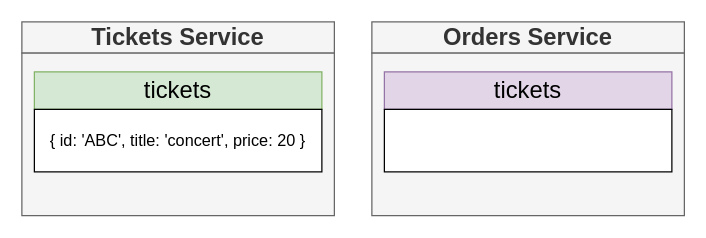
Earlier version of the draw.io diagram page "03 - id" (2 of 2) of diagrams/08/03.drawio (HappySuzuki/microservices-cast). Source tidied: cells renumbered, new cells numbered last; positions are measured from the earlier drawing's top-left corner, leaving out a move shared by most shapes. Both pictures are drawn from the tidied source at 125%, with x=0, y=0 at pixel (21, 21).
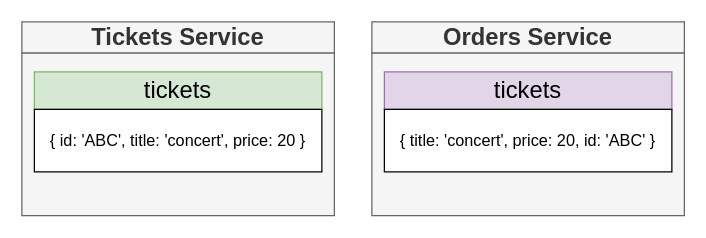
Above is the later version.

Change to the diagram source:
```diff
@@
 <mxGraphModel>
   <root>
     <mxCell id="0" />
     <mxCell id="1" parent="0" />
     <mxCell id="2" value="Tickets Service" style="rounded=0;whiteSpace=wrap;html=1;fontSize=19;fillColor=#f5f5f5;strokeColor=#666666;fontColor=#333333;fontStyle=1;" parent="1" vertex="1">
       <mxGeometry width="250" height="25" as="geometry" />
     </mxCell>
     <mxCell id="3" style="rounded=0;whiteSpace=wrap;html=1;fontSize=22;fillColor=#f5f5f5;strokeColor=#666666;fontColor=#333333;fontStyle=1;" parent="1" vertex="1">
       <mxGeometry y="25" width="250" height="130" as="geometry" />
     </mxCell>
     <mxCell id="4" value="Orders Service" style="rounded=0;whiteSpace=wrap;html=1;fontSize=19;fillColor=#f5f5f5;strokeColor=#666666;fontColor=#333333;fontStyle=1;" parent="1" vertex="1">
       <mxGeometry x="280" width="250" height="25" as="geometry" />
     </mxCell>
     <mxCell id="5" style="rounded=0;whiteSpace=wrap;html=1;fontSize=22;fillColor=#f5f5f5;strokeColor=#666666;fontColor=#333333;fontStyle=1;" parent="1" vertex="1">
       <mxGeometry x="280" y="25" width="250" height="130" as="geometry" />
     </mxCell>
     <mxCell id="6" value="tickets" style="rounded=0;whiteSpace=wrap;html=1;fontSize=19;fillColor=#d5e8d4;strokeColor=#82b366;" parent="1" vertex="1">
       <mxGeometry x="10" y="40" width="230" height="30" as="geometry" />
     </mxCell>
     <mxCell id="7" value="tickets" style="rounded=0;whiteSpace=wrap;html=1;fontSize=19;fillColor=#e1d5e7;strokeColor=#9673a6;" parent="1" vertex="1">
       <mxGeometry x="290" y="40" width="230" height="30" as="geometry" />
     </mxCell>
     <mxCell id="8" value="{ id: 'ABC', title: 'concert', price: 20 }" style="rounded=0;whiteSpace=wrap;html=1;fontSize=13;" parent="1" vertex="1">
       <mxGeometry x="10" y="70" width="230" height="50" as="geometry" />
     </mxCell>
-    <mxCell id="9" style="rounded=0;whiteSpace=wrap;html=1;fontSize=13;" parent="1" vertex="1">
+    <mxCell id="9" value="{ title: 'concert', price: 20, id: 'ABC' }" style="rounded=0;whiteSpace=wrap;html=1;fontSize=13;" parent="1" vertex="1">
       <mxGeometry x="290" y="70" width="230" height="50" as="geometry" />
     </mxCell>
   </root>
 </mxGraphModel>
```
